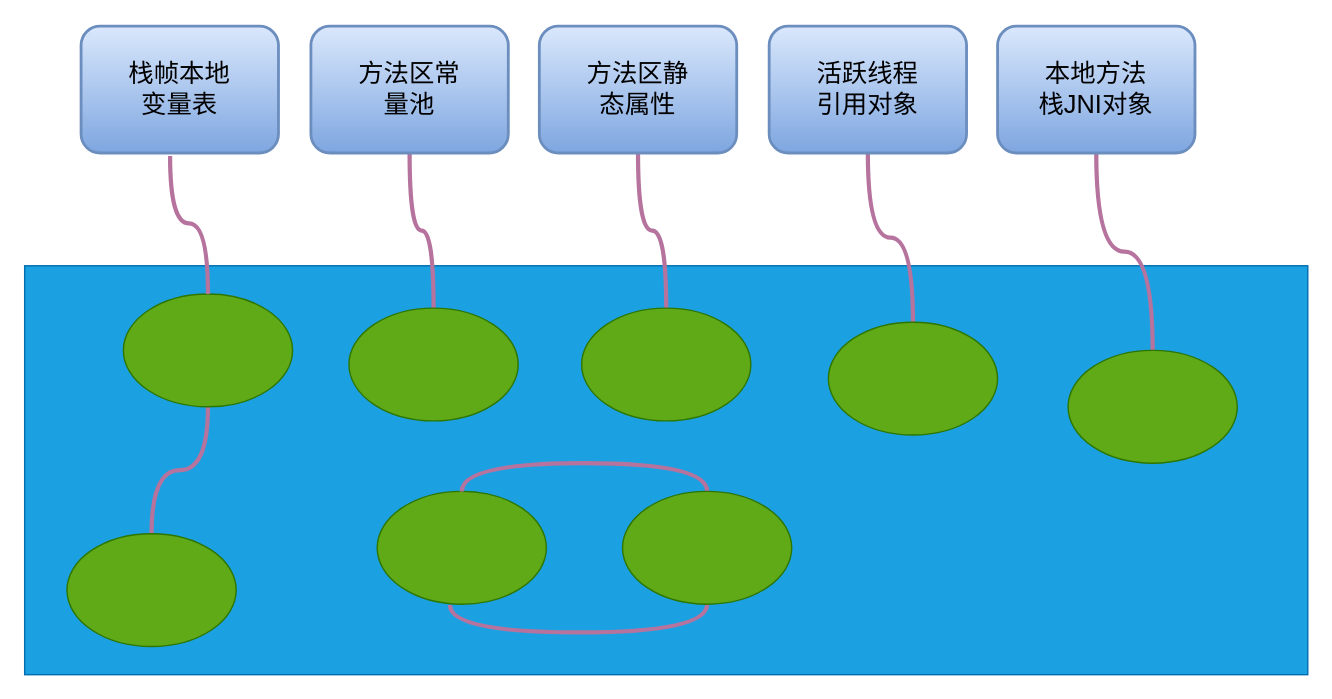
Above: page "可达性分析" (5 of 7) of JVM.drawio in starzy1990/diagrams (draw.io), before the change. Source tidied: cells renumbered, new cells numbered last; positions are measured from the earlier drawing's top-left corner, leaving out a move shared by most shapes. Both pictures are drawn from the tidied source at 141%, with x=0, y=0 at pixel (24, 25).
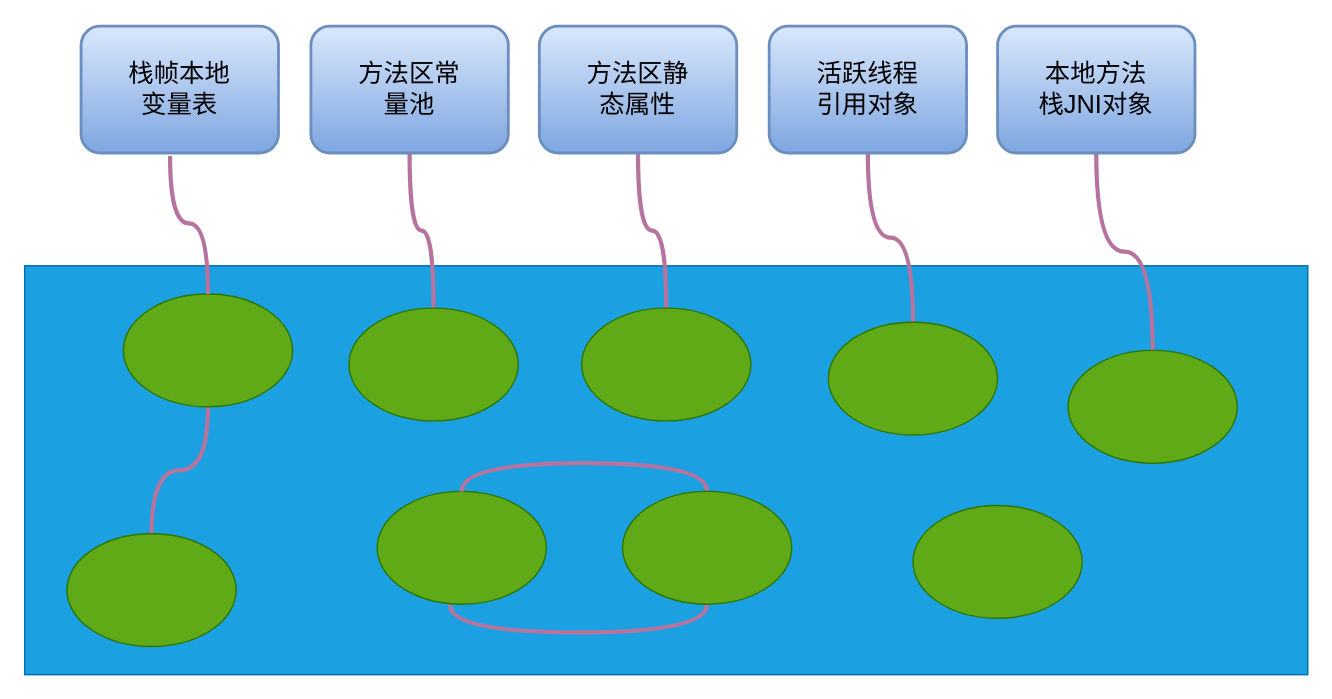
Above is the later version.

The edit, as a diff of the source:
```diff
@@
+    <mxCell id="24" style="ellipse;whiteSpace=wrap;html=1;fillColor=#60a917;fontColor=#ffffff;strokeColor=#2D7600;" parent="1" vertex="1">
+      <mxGeometry x="630" y="340" width="120" height="80" as="geometry" />
+    </mxCell>
```
